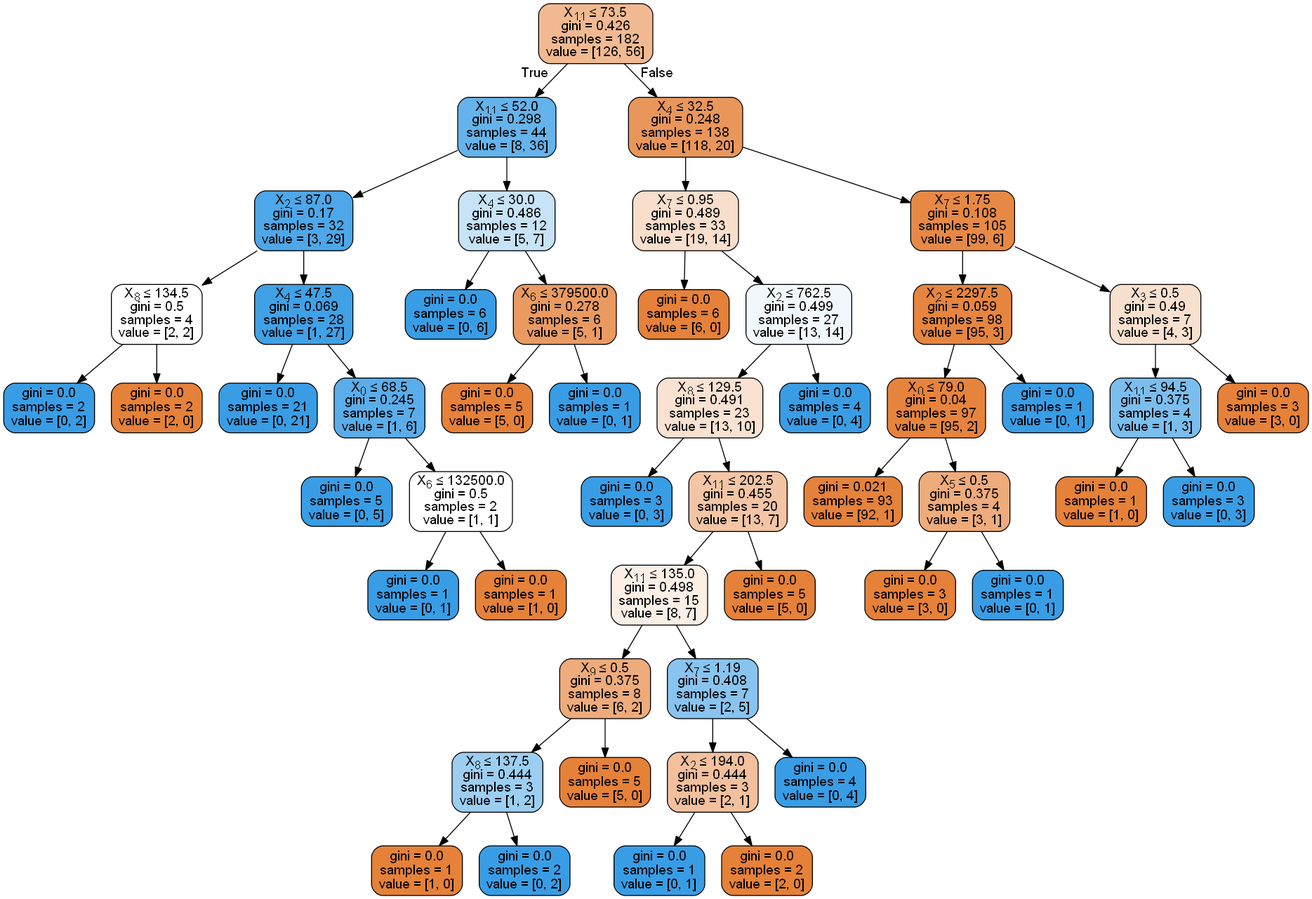
This is dtree.png from VivaRafael/CD, a Graphviz export, as it was before one commit. Its source is kept beside it as dtree.dot. The source it was exported from:
```dot
digraph Tree {
node [shape=box, style="filled, rounded", color="black", fontname=helvetica] ;
edge [fontname=helvetica] ;
0 [label=<X<SUB>11</SUB> &le; 73.5<br/>gini = 0.426<br/>samples = 182<br/>value = [126, 56]>, fillcolor="#f1b991"] ;
1 [label=<X<SUB>11</SUB> &le; 52.0<br/>gini = 0.298<br/>samples = 44<br/>value = [8, 36]>, fillcolor="#65b3eb"] ;
0 -> 1 [labeldistance=2.5, labelangle=45, headlabel="True"] ;
2 [label=<X<SUB>2</SUB> &le; 87.0<br/>gini = 0.17<br/>samples = 32<br/>value = [3, 29]>, fillcolor="#4da7e8"] ;
1 -> 2 ;
3 [label=<X<SUB>8</SUB> &le; 134.5<br/>gini = 0.5<br/>samples = 4<br/>value = [2, 2]>, fillcolor="#ffffff"] ;
2 -> 3 ;
4 [label=<gini = 0.0<br/>samples = 2<br/>value = [0, 2]>, fillcolor="#399de5"] ;
3 -> 4 ;
5 [label=<gini = 0.0<br/>samples = 2<br/>value = [2, 0]>, fillcolor="#e58139"] ;
3 -> 5 ;
6 [label=<X<SUB>4</SUB> &le; 47.5<br/>gini = 0.069<br/>samples = 28<br/>value = [1, 27]>, fillcolor="#40a1e6"] ;
2 -> 6 ;
7 [label=<gini = 0.0<br/>samples = 21<br/>value = [0, 21]>, fillcolor="#399de5"] ;
6 -> 7 ;
8 [label=<X<SUB>0</SUB> &le; 68.5<br/>gini = 0.245<br/>samples = 7<br/>value = [1, 6]>, fillcolor="#5aade9"] ;
6 -> 8 ;
9 [label=<gini = 0.0<br/>samples = 5<br/>value = [0, 5]>, fillcolor="#399de5"] ;
8 -> 9 ;
10 [label=<X<SUB>6</SUB> &le; 132500.0<br/>gini = 0.5<br/>samples = 2<br/>value = [1, 1]>, fillcolor="#ffffff"] ;
8 -> 10 ;
11 [label=<gini = 0.0<br/>samples = 1<br/>value = [0, 1]>, fillcolor="#399de5"] ;
10 -> 11 ;
12 [label=<gini = 0.0<br/>samples = 1<br/>value = [1, 0]>, fillcolor="#e58139"] ;
10 -> 12 ;
13 [label=<X<SUB>4</SUB> &le; 30.0<br/>gini = 0.486<br/>samples = 12<br/>value = [5, 7]>, fillcolor="#c6e3f8"] ;
1 -> 13 ;
14 [label=<gini = 0.0<br/>samples = 6<br/>value = [0, 6]>, fillcolor="#399de5"] ;
13 -> 14 ;
15 [label=<X<SUB>6</SUB> &le; 379500.0<br/>gini = 0.278<br/>samples = 6<br/>value = [5, 1]>, fillcolor="#ea9a61"] ;
13 -> 15 ;
16 [label=<gini = 0.0<br/>samples = 5<br/>value = [5, 0]>, fillcolor="#e58139"] ;
15 -> 16 ;
17 [label=<gini = 0.0<br/>samples = 1<br/>value = [0, 1]>, fillcolor="#399de5"] ;
15 -> 17 ;
18 [label=<X<SUB>4</SUB> &le; 32.5<br/>gini = 0.248<br/>samples = 138<br/>value = [118, 20]>, fillcolor="#e9965b"] ;
0 -> 18 [labeldistance=2.5, labelangle=-45, headlabel="False"] ;
19 [label=<X<SUB>7</SUB> &le; 0.95<br/>gini = 0.489<br/>samples = 33<br/>value = [19, 14]>, fillcolor="#f8decb"] ;
18 -> 19 ;
20 [label=<gini = 0.0<br/>samples = 6<br/>value = [6, 0]>, fillcolor="#e58139"] ;
19 -> 20 ;
21 [label=<X<SUB>2</SUB> &le; 762.5<br/>gini = 0.499<br/>samples = 27<br/>value = [13, 14]>, fillcolor="#f1f8fd"] ;
19 -> 21 ;
22 [label=<X<SUB>8</SUB> &le; 129.5<br/>gini = 0.491<br/>samples = 23<br/>value = [13, 10]>, fillcolor="#f9e2d1"] ;
21 -> 22 ;
23 [label=<gini = 0.0<br/>samples = 3<br/>value = [0, 3]>, fillcolor="#399de5"] ;
22 -> 23 ;
24 [label=<X<SUB>11</SUB> &le; 202.5<br/>gini = 0.455<br/>samples = 20<br/>value = [13, 7]>, fillcolor="#f3c5a4"] ;
22 -> 24 ;
25 [label=<X<SUB>11</SUB> &le; 135.0<br/>gini = 0.498<br/>samples = 15<br/>value = [8, 7]>, fillcolor="#fcefe6"] ;
24 -> 25 ;
26 [label=<X<SUB>9</SUB> &le; 0.5<br/>gini = 0.375<br/>samples = 8<br/>value = [6, 2]>, fillcolor="#eeab7b"] ;
25 -> 26 ;
27 [label=<X<SUB>8</SUB> &le; 137.5<br/>gini = 0.444<br/>samples = 3<br/>value = [1, 2]>, fillcolor="#9ccef2"] ;
26 -> 27 ;
28 [label=<gini = 0.0<br/>samples = 1<br/>value = [1, 0]>, fillcolor="#e58139"] ;
27 -> 28 ;
29 [label=<gini = 0.0<br/>samples = 2<br/>value = [0, 2]>, fillcolor="#399de5"] ;
27 -> 29 ;
30 [label=<gini = 0.0<br/>samples = 5<br/>value = [5, 0]>, fillcolor="#e58139"] ;
26 -> 30 ;
31 [label=<X<SUB>7</SUB> &le; 1.19<br/>gini = 0.408<br/>samples = 7<br/>value = [2, 5]>, fillcolor="#88c4ef"] ;
25 -> 31 ;
32 [label=<X<SUB>2</SUB> &le; 194.0<br/>gini = 0.444<br/>samples = 3<br/>value = [2, 1]>, fillcolor="#f2c09c"] ;
31 -> 32 ;
33 [label=<gini = 0.0<br/>samples = 1<br/>value = [0, 1]>, fillcolor="#399de5"] ;
32 -> 33 ;
34 [label=<gini = 0.0<br/>samples = 2<br/>value = [2, 0]>, fillcolor="#e58139"] ;
32 -> 34 ;
35 [label=<gini = 0.0<br/>samples = 4<br/>value = [0, 4]>, fillcolor="#399de5"] ;
31 -> 35 ;
36 [label=<gini = 0.0<br/>samples = 5<br/>value = [5, 0]>, fillcolor="#e58139"] ;
24 -> 36 ;
37 [label=<gini = 0.0<br/>samples = 4<br/>value = [0, 4]>, fillcolor="#399de5"] ;
21 -> 37 ;
38 [label=<X<SUB>7</SUB> &le; 1.75<br/>gini = 0.108<br/>samples = 105<br/>value = [99, 6]>, fillcolor="#e78945"] ;
18 -> 38 ;
39 [label=<X<SUB>2</SUB> &le; 2297.5<br/>gini = 0.059<br/>samples = 98<br/>value = [95, 3]>, fillcolor="#e6853f"] ;
38 -> 39 ;
40 [label=<X<SUB>0</SUB> &le; 79.0<br/>gini = 0.04<br/>samples = 97<br/>value = [95, 2]>, fillcolor="#e6843d"] ;
39 -> 40 ;
41 [label=<gini = 0.021<br/>samples = 93<br/>value = [92, 1]>, fillcolor="#e5823b"] ;
40 -> 41 ;
42 [label=<X<SUB>5</SUB> &le; 0.5<br/>gini = 0.375<br/>samples = 4<br/>value = [3, 1]>, fillcolor="#eeab7b"] ;
40 -> 42 ;
43 [label=<gini = 0.0<br/>samples = 3<br/>value = [3, 0]>, fillcolor="#e58139"] ;
42 -> 43 ;
44 [label=<gini = 0.0<br/>samples = 1<br/>value = [0, 1]>, fillcolor="#399de5"] ;
42 -> 44 ;
45 [label=<gini = 0.0<br/>samples = 1<br/>value = [0, 1]>, fillcolor="#399de5"] ;
39 -> 45 ;
46 [label=<X<SUB>3</SUB> &le; 0.5<br/>gini = 0.49<br/>samples = 7<br/>value = [4, 3]>, fillcolor="#f8e0ce"] ;
38 -> 46 ;
47 [label=<X<SUB>11</SUB> &le; 94.5<br/>gini = 0.375<br/>samples = 4<br/>value = [1, 3]>, fillcolor="#7bbeee"] ;
46 -> 47 ;
48 [label=<gini = 0.0<br/>samples = 1<br/>value = [1, 0]>, fillcolor="#e58139"] ;
47 -> 48 ;
49 [label=<gini = 0.0<br/>samples = 3<br/>value = [0, 3]>, fillcolor="#399de5"] ;
47 -> 49 ;
50 [label=<gini = 0.0<br/>samples = 3<br/>value = [3, 0]>, fillcolor="#e58139"] ;
46 -> 50 ;
}
```
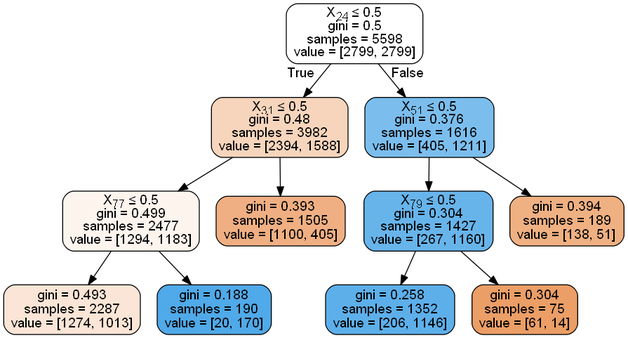
After the change.

Change to the diagram source:
```diff
@@ -1,105 +1,25 @@
 digraph Tree {
 node [shape=box, style="filled, rounded", color="black", fontname=helvetica] ;
 edge [fontname=helvetica] ;
-0 [label=<X<SUB>11</SUB> &le; 73.5<br/>gini = 0.426<br/>samples = 182<br/>value = [126, 56]>, fillcolor="#f1b991"] ;
-1 [label=<X<SUB>11</SUB> &le; 52.0<br/>gini = 0.298<br/>samples = 44<br/>value = [8, 36]>, fillcolor="#65b3eb"] ;
+0 [label=<X<SUB>24</SUB> &le; 0.5<br/>gini = 0.5<br/>samples = 5598<br/>value = [2799, 2799]>, fillcolor="#ffffff"] ;
+1 [label=<X<SUB>31</SUB> &le; 0.5<br/>gini = 0.48<br/>samples = 3982<br/>value = [2394, 1588]>, fillcolor="#f6d5bc"] ;
 0 -> 1 [labeldistance=2.5, labelangle=45, headlabel="True"] ;
-2 [label=<X<SUB>2</SUB> &le; 87.0<br/>gini = 0.17<br/>samples = 32<br/>value = [3, 29]>, fillcolor="#4da7e8"] ;
+2 [label=<X<SUB>77</SUB> &le; 0.5<br/>gini = 0.499<br/>samples = 2477<br/>value = [1294, 1183]>, fillcolor="#fdf4ee"] ;
 1 -> 2 ;
-3 [label=<X<SUB>8</SUB> &le; 134.5<br/>gini = 0.5<br/>samples = 4<br/>value = [2, 2]>, fillcolor="#ffffff"] ;
+3 [label=<gini = 0.493<br/>samples = 2287<br/>value = [1274, 1013]>, fillcolor="#fae5d6"] ;
 2 -> 3 ;
-4 [label=<gini = 0.0<br/>samples = 2<br/>value = [0, 2]>, fillcolor="#399de5"] ;
-3 -> 4 ;
-5 [label=<gini = 0.0<br/>samples = 2<br/>value = [2, 0]>, fillcolor="#e58139"] ;
-3 -> 5 ;
-6 [label=<X<SUB>4</SUB> &le; 47.5<br/>gini = 0.069<br/>samples = 28<br/>value = [1, 27]>, fillcolor="#40a1e6"] ;
-2 -> 6 ;
-7 [label=<gini = 0.0<br/>samples = 21<br/>value = [0, 21]>, fillcolor="#399de5"] ;
+4 [label=<gini = 0.188<br/>samples = 190<br/>value = [20, 170]>, fillcolor="#50a9e8"] ;
+2 -> 4 ;
+5 [label=<gini = 0.393<br/>samples = 1505<br/>value = [1100, 405]>, fillcolor="#efaf82"] ;
+1 -> 5 ;
+6 [label=<X<SUB>51</SUB> &le; 0.5<br/>gini = 0.376<br/>samples = 1616<br/>value = [405, 1211]>, fillcolor="#7bbeee"] ;
+0 -> 6 [labeldistance=2.5, labelangle=-45, headlabel="False"] ;
+7 [label=<X<SUB>79</SUB> &le; 0.5<br/>gini = 0.304<br/>samples = 1427<br/>value = [267, 1160]>, fillcolor="#67b4eb"] ;
 6 -> 7 ;
-8 [label=<X<SUB>0</SUB> &le; 68.5<br/>gini = 0.245<br/>samples = 7<br/>value = [1, 6]>, fillcolor="#5aade9"] ;
-6 -> 8 ;
-9 [label=<gini = 0.0<br/>samples = 5<br/>value = [0, 5]>, fillcolor="#399de5"] ;
-8 -> 9 ;
-10 [label=<X<SUB>6</SUB> &le; 132500.0<br/>gini = 0.5<br/>samples = 2<br/>value = [1, 1]>, fillcolor="#ffffff"] ;
-8 -> 10 ;
-11 [label=<gini = 0.0<br/>samples = 1<br/>value = [0, 1]>, fillcolor="#399de5"] ;
-10 -> 11 ;
-12 [label=<gini = 0.0<br/>samples = 1<br/>value = [1, 0]>, fillcolor="#e58139"] ;
-10 -> 12 ;
-13 [label=<X<SUB>4</SUB> &le; 30.0<br/>gini = 0.486<br/>samples = 12<br/>value = [5, 7]>, fillcolor="#c6e3f8"] ;
-1 -> 13 ;
-14 [label=<gini = 0.0<br/>samples = 6<br/>value = [0, 6]>, fillcolor="#399de5"] ;
-13 -> 14 ;
-15 [label=<X<SUB>6</SUB> &le; 379500.0<br/>gini = 0.278<br/>samples = 6<br/>value = [5, 1]>, fillcolor="#ea9a61"] ;
-13 -> 15 ;
-16 [label=<gini = 0.0<br/>samples = 5<br/>value = [5, 0]>, fillcolor="#e58139"] ;
-15 -> 16 ;
-17 [label=<gini = 0.0<br/>samples = 1<br/>value = [0, 1]>, fillcolor="#399de5"] ;
-15 -> 17 ;
-18 [label=<X<SUB>4</SUB> &le; 32.5<br/>gini = 0.248<br/>samples = 138<br/>value = [118, 20]>, fillcolor="#e9965b"] ;
-0 -> 18 [labeldistance=2.5, labelangle=-45, headlabel="False"] ;
-19 [label=<X<SUB>7</SUB> &le; 0.95<br/>gini = 0.489<br/>samples = 33<br/>value = [19, 14]>, fillcolor="#f8decb"] ;
-18 -> 19 ;
-20 [label=<gini = 0.0<br/>samples = 6<br/>value = [6, 0]>, fillcolor="#e58139"] ;
-19 -> 20 ;
-21 [label=<X<SUB>2</SUB> &le; 762.5<br/>gini = 0.499<br/>samples = 27<br/>value = [13, 14]>, fillcolor="#f1f8fd"] ;
-19 -> 21 ;
-22 [label=<X<SUB>8</SUB> &le; 129.5<br/>gini = 0.491<br/>samples = 23<br/>value = [13, 10]>, fillcolor="#f9e2d1"] ;
-21 -> 22 ;
-23 [label=<gini = 0.0<br/>samples = 3<br/>value = [0, 3]>, fillcolor="#399de5"] ;
-22 -> 23 ;
-24 [label=<X<SUB>11</SUB> &le; 202.5<br/>gini = 0.455<br/>samples = 20<br/>value = [13, 7]>, fillcolor="#f3c5a4"] ;
-22 -> 24 ;
-25 [label=<X<SUB>11</SUB> &le; 135.0<br/>gini = 0.498<br/>samples = 15<br/>value = [8, 7]>, fillcolor="#fcefe6"] ;
-24 -> 25 ;
-26 [label=<X<SUB>9</SUB> &le; 0.5<br/>gini = 0.375<br/>samples = 8<br/>value = [6, 2]>, fillcolor="#eeab7b"] ;
-25 -> 26 ;
-27 [label=<X<SUB>8</SUB> &le; 137.5<br/>gini = 0.444<br/>samples = 3<br/>value = [1, 2]>, fillcolor="#9ccef2"] ;
-26 -> 27 ;
-28 [label=<gini = 0.0<br/>samples = 1<br/>value = [1, 0]>, fillcolor="#e58139"] ;
-27 -> 28 ;
-29 [label=<gini = 0.0<br/>samples = 2<br/>value = [0, 2]>, fillcolor="#399de5"] ;
-27 -> 29 ;
-30 [label=<gini = 0.0<br/>samples = 5<br/>value = [5, 0]>, fillcolor="#e58139"] ;
-26 -> 30 ;
-31 [label=<X<SUB>7</SUB> &le; 1.19<br/>gini = 0.408<br/>samples = 7<br/>value = [2, 5]>, fillcolor="#88c4ef"] ;
-25 -> 31 ;
-32 [label=<X<SUB>2</SUB> &le; 194.0<br/>gini = 0.444<br/>samples = 3<br/>value = [2, 1]>, fillcolor="#f2c09c"] ;
-31 -> 32 ;
-33 [label=<gini = 0.0<br/>samples = 1<br/>value = [0, 1]>, fillcolor="#399de5"] ;
-32 -> 33 ;
-34 [label=<gini = 0.0<br/>samples = 2<br/>value = [2, 0]>, fillcolor="#e58139"] ;
-32 -> 34 ;
-35 [label=<gini = 0.0<br/>samples = 4<br/>value = [0, 4]>, fillcolor="#399de5"] ;
-31 -> 35 ;
-36 [label=<gini = 0.0<br/>samples = 5<br/>value = [5, 0]>, fillcolor="#e58139"] ;
-24 -> 36 ;
-37 [label=<gini = 0.0<br/>samples = 4<br/>value = [0, 4]>, fillcolor="#399de5"] ;
-21 -> 37 ;
-38 [label=<X<SUB>7</SUB> &le; 1.75<br/>gini = 0.108<br/>samples = 105<br/>value = [99, 6]>, fillcolor="#e78945"] ;
-18 -> 38 ;
-39 [label=<X<SUB>2</SUB> &le; 2297.5<br/>gini = 0.059<br/>samples = 98<br/>value = [95, 3]>, fillcolor="#e6853f"] ;
-38 -> 39 ;
-40 [label=<X<SUB>0</SUB> &le; 79.0<br/>gini = 0.04<br/>samples = 97<br/>value = [95, 2]>, fillcolor="#e6843d"] ;
-39 -> 40 ;
-41 [label=<gini = 0.021<br/>samples = 93<br/>value = [92, 1]>, fillcolor="#e5823b"] ;
-40 -> 41 ;
-42 [label=<X<SUB>5</SUB> &le; 0.5<br/>gini = 0.375<br/>samples = 4<br/>value = [3, 1]>, fillcolor="#eeab7b"] ;
-40 -> 42 ;
-43 [label=<gini = 0.0<br/>samples = 3<br/>value = [3, 0]>, fillcolor="#e58139"] ;
-42 -> 43 ;
-44 [label=<gini = 0.0<br/>samples = 1<br/>value = [0, 1]>, fillcolor="#399de5"] ;
-42 -> 44 ;
-45 [label=<gini = 0.0<br/>samples = 1<br/>value = [0, 1]>, fillcolor="#399de5"] ;
-39 -> 45 ;
-46 [label=<X<SUB>3</SUB> &le; 0.5<br/>gini = 0.49<br/>samples = 7<br/>value = [4, 3]>, fillcolor="#f8e0ce"] ;
-38 -> 46 ;
-47 [label=<X<SUB>11</SUB> &le; 94.5<br/>gini = 0.375<br/>samples = 4<br/>value = [1, 3]>, fillcolor="#7bbeee"] ;
-46 -> 47 ;
-48 [label=<gini = 0.0<br/>samples = 1<br/>value = [1, 0]>, fillcolor="#e58139"] ;
-47 -> 48 ;
-49 [label=<gini = 0.0<br/>samples = 3<br/>value = [0, 3]>, fillcolor="#399de5"] ;
-47 -> 49 ;
-50 [label=<gini = 0.0<br/>samples = 3<br/>value = [3, 0]>, fillcolor="#e58139"] ;
-46 -> 50 ;
+8 [label=<gini = 0.258<br/>samples = 1352<br/>value = [206, 1146]>, fillcolor="#5dafea"] ;
+7 -> 8 ;
+9 [label=<gini = 0.304<br/>samples = 75<br/>value = [61, 14]>, fillcolor="#eb9e66"] ;
+7 -> 9 ;
+10 [label=<gini = 0.394<br/>samples = 189<br/>value = [138, 51]>, fillcolor="#efb082"] ;
+6 -> 10 ;
 }
```
